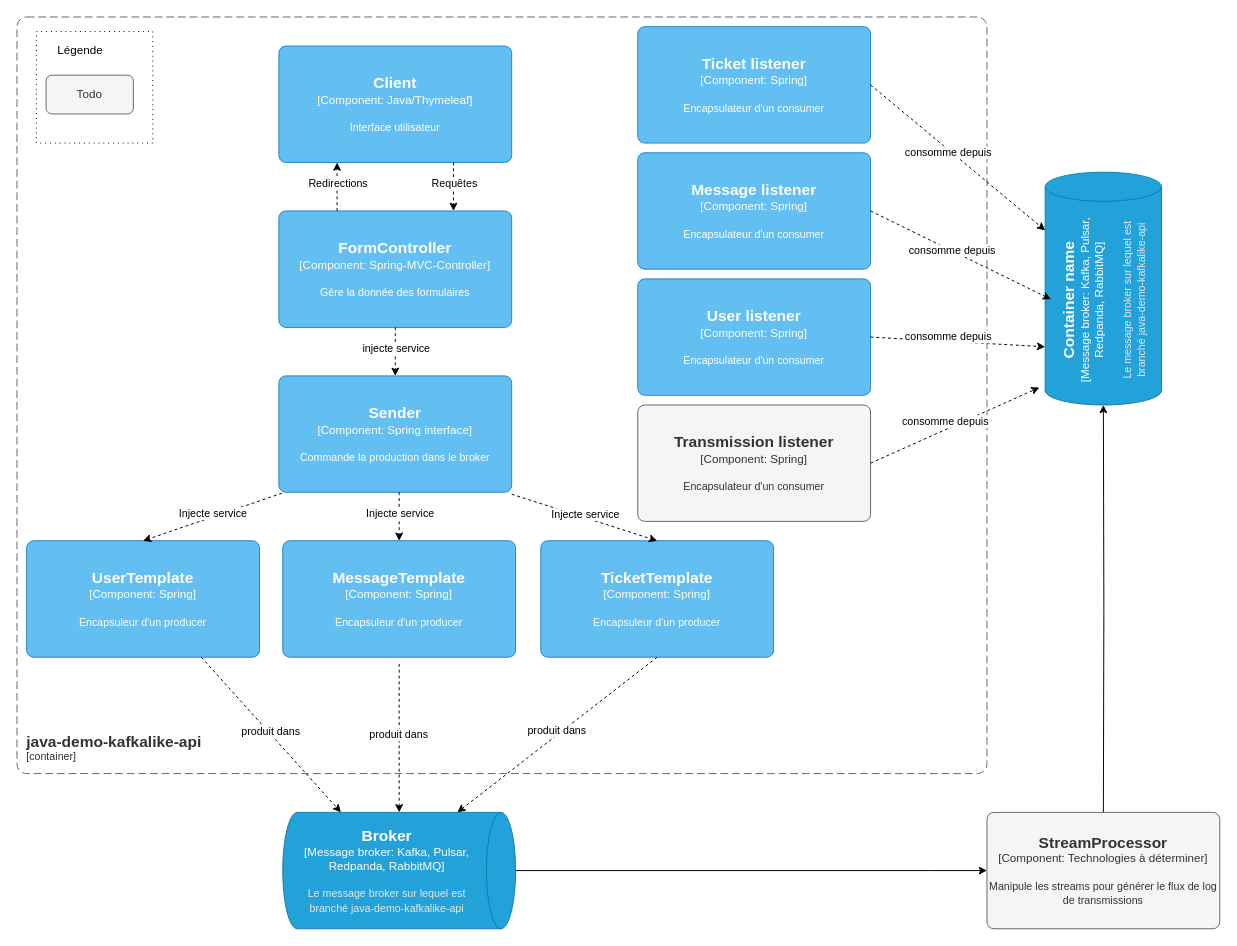
Folichonne/repTest keeps this draw.io diagram as component.drawio. Above is the earlier version. Source tidied: cells renumbered, new cells numbered last; positions are measured from the earlier drawing's top-left corner, leaving out a move shared by most shapes. Both pictures are drawn from the tidied source at 97%, with x=0, y=0 at pixel (16, 16).
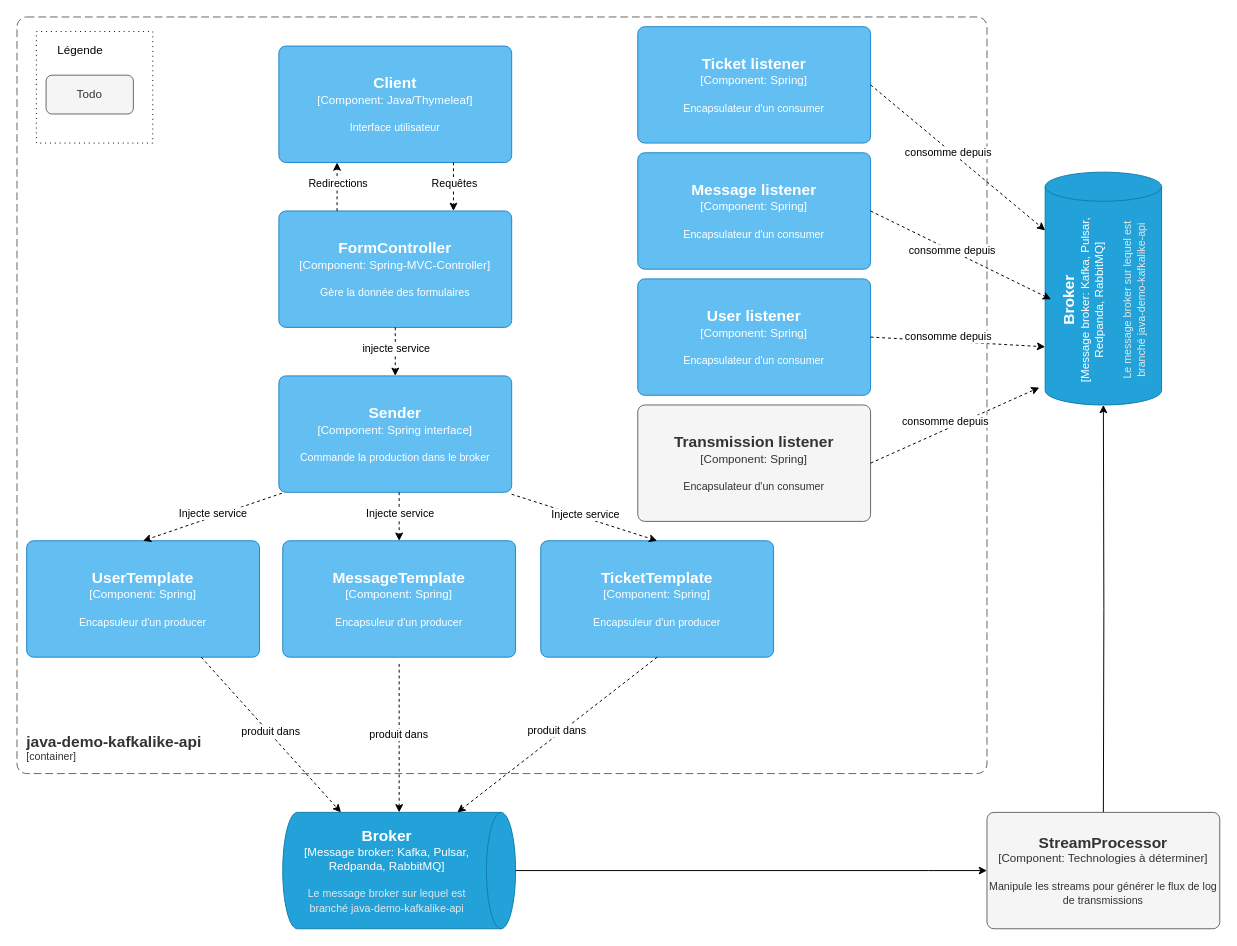
The same diagram, later.

Commit message (it also covers changes not shown here):
Mettre à jour component.drawio

Diff of the diagram source:
```diff
@@
-    <object id="29" label="&lt;font style=&quot;font-size: 16px&quot;&gt;&lt;b&gt;%c4Type%&lt;/b&gt;&lt;/font&gt;&lt;div&gt;[%c4Container%:&amp;nbsp;%c4Technology%]&lt;/div&gt;&lt;br&gt;&lt;div&gt;&lt;font style=&quot;font-size: 11px&quot;&gt;&lt;font color=&quot;#E6E6E6&quot;&gt;%c4Description%&lt;/font&gt;&lt;/div&gt;" c4Container="Message broker" c4Description="Le message broker sur lequel est branché java-demo-kafkalike-api" c4Technology="Kafka, Pulsar, Redpanda, RabbitMQ" c4Type="Container name" placeholders="1">
+    <object id="29" label="&lt;font style=&quot;font-size: 16px&quot;&gt;&lt;b&gt;%c4Type%&lt;/b&gt;&lt;/font&gt;&lt;div&gt;[%c4Container%:&amp;nbsp;%c4Technology%]&lt;/div&gt;&lt;br&gt;&lt;div&gt;&lt;font style=&quot;font-size: 11px&quot;&gt;&lt;font color=&quot;#E6E6E6&quot;&gt;%c4Description%&lt;/font&gt;&lt;/div&gt;" c4Container="Message broker" c4Description="Le message broker sur lequel est branché java-demo-kafkalike-api" c4Technology="Kafka, Pulsar, Redpanda, RabbitMQ" c4Type="Broker" placeholders="1">
       <mxCell style="shape=cylinder3;size=15;direction=south;whiteSpace=wrap;html=1;boundedLbl=1;rounded=0;labelBackgroundColor=none;fillColor=#23A2D9;fontSize=12;fontColor=#ffffff;align=center;strokeColor=#0E7DAD;points=[[0.5,0,0],[1,0.25,0],[1,0.5,0],[1,0.75,0],[0.5,1,0],[0,0.75,0],[0,0.5,0],[0,0.25,0]];rotation=-90;" parent="1" vertex="1">
         <mxGeometry x="1000" y="220" width="240" height="120" as="geometry" />
       </mxCell>
     </object>
```
